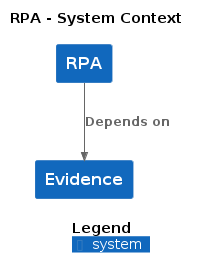
Earlier version of the PlantUML export docs/c4/rpa/images/structurizr-rpa-context.png (hmcts/cnp-api-docs).
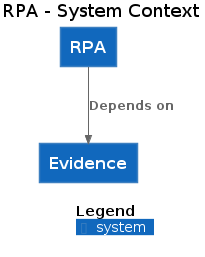
Above is the later version.

What changed in the source:
```diff
@@ -3,13 +3,13 @@
 
 top to bottom direction
 
-!include https://raw.githubusercontent.com/plantuml-stdlib/C4-PlantUML/master/C4.puml
-!include https://raw.githubusercontent.com/plantuml-stdlib/C4-PlantUML/master/C4_Context.puml
+!includeurl https://raw.githubusercontent.com/plantuml-stdlib/C4-PlantUML/master/C4.puml
+!includeurl https://raw.githubusercontent.com/plantuml-stdlib/C4-PlantUML/master/C4_Context.puml
 
-System(Evidence, "Evidence", "", $tags="")
-System(RPA, "RPA", "", $tags="")
+System(Evidence, "Evidence", "")
+System(RPA, "RPA", "")
 
-Rel_D(RPA, Evidence, "Depends on", $tags="")
+Rel_D(RPA, Evidence, "Depends on")
 
 SHOW_DYNAMIC_LEGEND()
 @enduml
```
